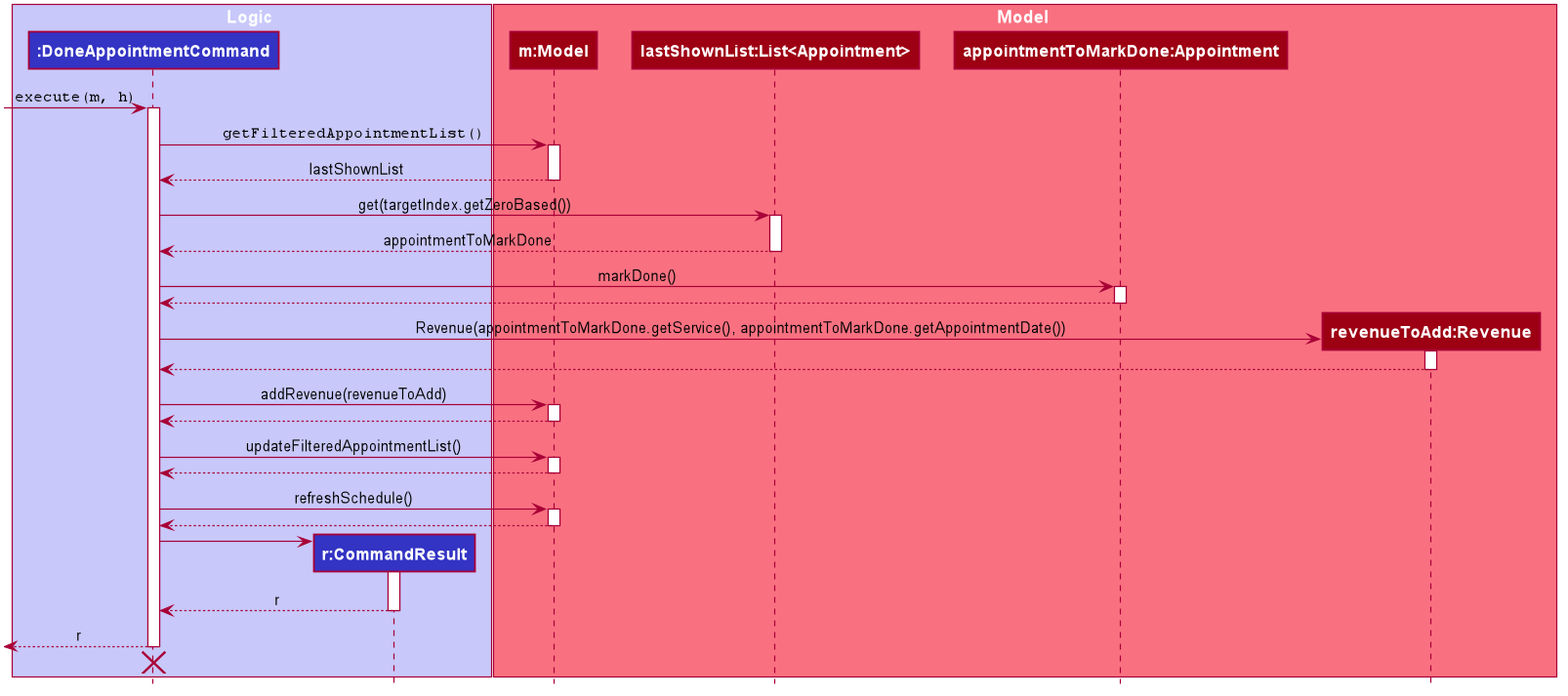
The PlantUML diagram docs/images/DoneAppointmentSequenceDiagram.png in yanlynnnnn/tp, before a commit.
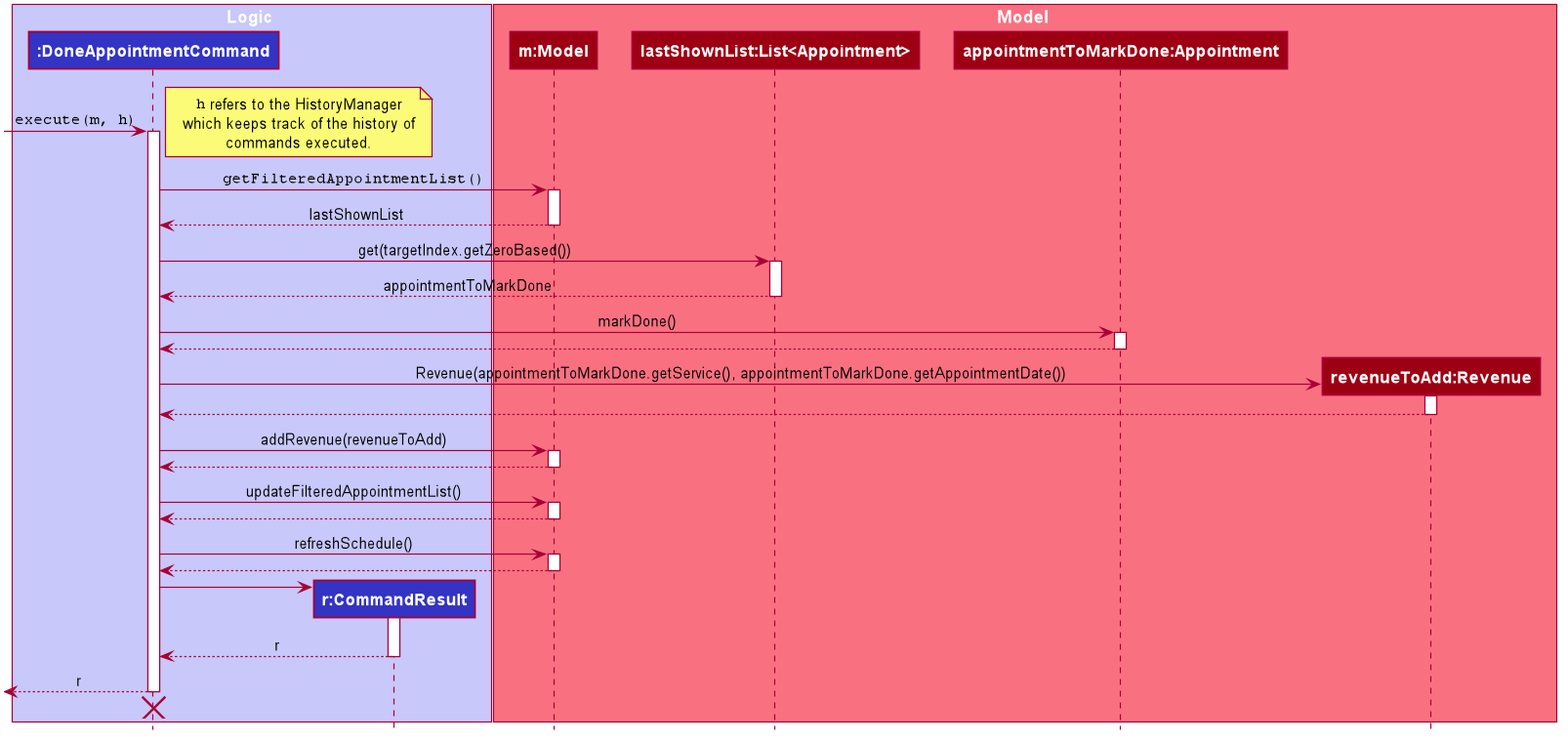
Later version of the same file.

Commit message:
Add parameter h into puml diagrams to account for HistoryManager parameter

Change to the diagram source:
```diff
@@ -65,6 +65,12 @@
 [-> DoneAppointmentCommand : ""execute(m, h)""
 activate DoneAppointmentCommand
 
+note right
+""h"" refers to the HistoryManager
+which keeps track of the history of
+commands executed.
+end note
+
 DoneAppointmentCommand -> Model : ""getFilteredAppointmentList()""
 activate Model
 
@@ -107,7 +113,6 @@
 Model --> DoneAppointmentCommand
 deactivate Model
 
-
 create CommandResult
 DoneAppointmentCommand -> CommandResult
 activate CommandResult
```
